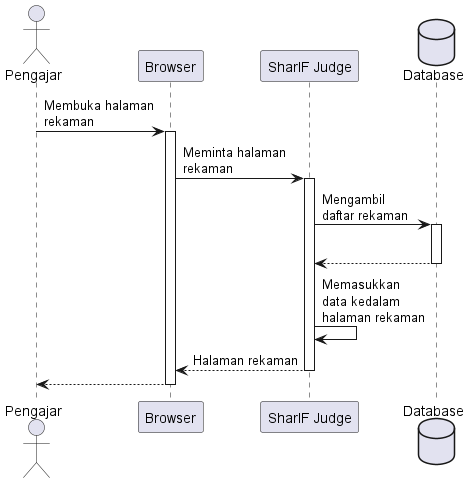
Earlier version of the PlantUML export doc/DokumenSkripsi/Gambar/analisis/seqdia_lookup.png (AndreasRonaldi/Skripsi). The source it was exported from:
```plantuml
@startuml seqdia_lookup
actor       Pengajar       as user
participant Browser as bw
participant "SharIF Judge" as shj
database Database as db

user -> bw : Membuka halaman\nrekaman
activate bw

bw -> shj : Meminta halaman\nrekaman
activate shj

shj -> db : Mengambil\ndaftar rekaman
activate db
|||
return


shj -> shj : Memasukkan\ndata kedalam\nhalaman rekaman

return Halaman rekaman

return

@enduml
```
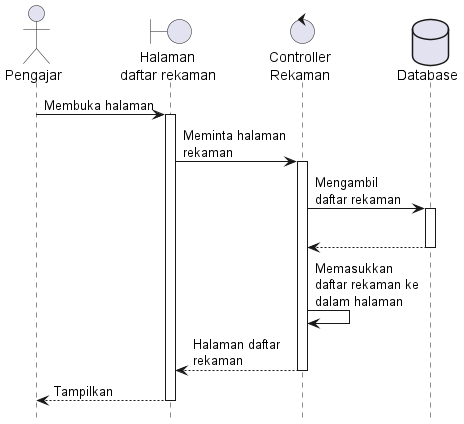
Later version of the same file.

Diff of the diagram source:
```diff
@@ -1,10 +1,13 @@
 @startuml seqdia_lookup
+
+hide footbox
+
 actor       Pengajar       as user
-participant Browser as bw
-participant "SharIF Judge" as shj
+boundary "Halaman\ndaftar rekaman" as bw
+control "Controller\nRekaman" as shj
 database Database as db
 
-user -> bw : Membuka halaman\nrekaman
+user -> bw : Membuka halaman
 activate bw
 
 bw -> shj : Meminta halaman\nrekaman
@@ -16,10 +19,10 @@
 return
 
 
-shj -> shj : Memasukkan\ndata kedalam\nhalaman rekaman
+shj -> shj : Memasukkan\ndaftar rekaman ke\ndalam halaman
 
-return Halaman rekaman
+return Halaman daftar\nrekaman
 
-return
+return Tampilkan
 
 @enduml
```
